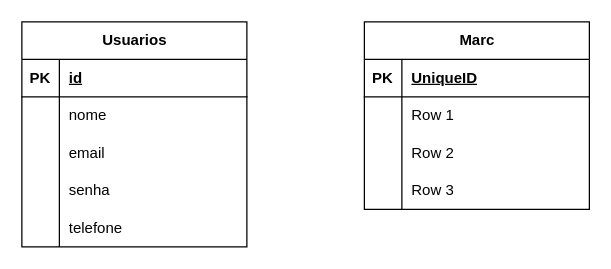
Above: Diagrama sem nome.drawio in ViniciusHirata/PDI-VINICIUS (draw.io), before the change. Source tidied: cells renumbered, new cells numbered last; positions are measured from the earlier drawing's top-left corner, leaving out a move shared by most shapes. Both pictures are drawn from the tidied source at 125%, with x=0, y=0 at pixel (21, 21).
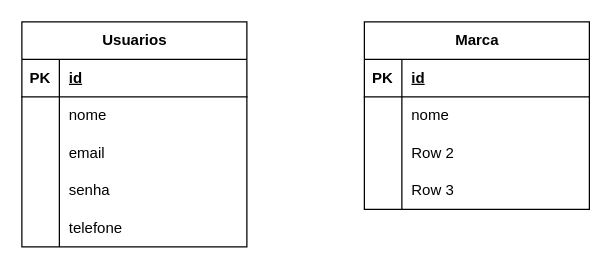
The same diagram, later.

Unchanged cells that the change refers to:
```xml
<mxCell id="19" style="shape=tableRow;horizontal=0;startSize=0;swimlaneHead=0;swimlaneBody=0;fillColor=none;top=0;left=0;right=0;bottom=1;" parent="18" vertex="1">
  <mxGeometry y="30" width="180" height="30" as="geometry" />
</mxCell>
<mxCell id="22" style="shape=tableRow;horizontal=0;startSize=0;swimlaneHead=0;swimlaneBody=0;fillColor=none;top=0;left=0;right=0;bottom=0;" parent="18" vertex="1">
  <mxGeometry y="60" width="180" height="30" as="geometry" />
</mxCell>
```

Diff of the diagram source:
```diff
@@
-    <mxCell id="18" value="Marc" style="shape=table;startSize=30;childLayout=tableLayout;rowLines=0;fontStyle=1;align=center;html=1;" parent="1" vertex="1">
+    <mxCell id="18" value="Marca" style="shape=table;startSize=30;childLayout=tableLayout;rowLines=0;fontStyle=1;align=center;html=1;" parent="1" vertex="1">
       <mxGeometry x="274" width="180" height="150" as="geometry" />
     </mxCell>
@@
-    <mxCell id="21" value="UniqueID" style="shape=partialRectangle;fillColor=none;top=0;left=0;bottom=0;right=0;align=left;spacingLeft=6;fontStyle=5;overflow=hidden;whiteSpace=wrap;html=1;" parent="19" vertex="1">
+    <mxCell id="21" value="id" style="shape=partialRectangle;fillColor=none;top=0;left=0;bottom=0;right=0;align=left;spacingLeft=6;fontStyle=5;overflow=hidden;whiteSpace=wrap;html=1;" parent="19" vertex="1">
       <mxGeometry x="30" width="150" height="30" as="geometry" />
     </mxCell>
@@
-    <mxCell id="24" value="Row 1" style="shape=partialRectangle;fillColor=none;top=0;left=0;bottom=0;right=0;align=left;spacingLeft=6;overflow=hidden;whiteSpace=wrap;html=1;" parent="22" vertex="1">
+    <mxCell id="24" value="nome" style="shape=partialRectangle;fillColor=none;top=0;left=0;bottom=0;right=0;align=left;spacingLeft=6;overflow=hidden;whiteSpace=wrap;html=1;" parent="22" vertex="1">
       <mxGeometry x="30" width="150" height="30" as="geometry" />
     </mxCell>
```
